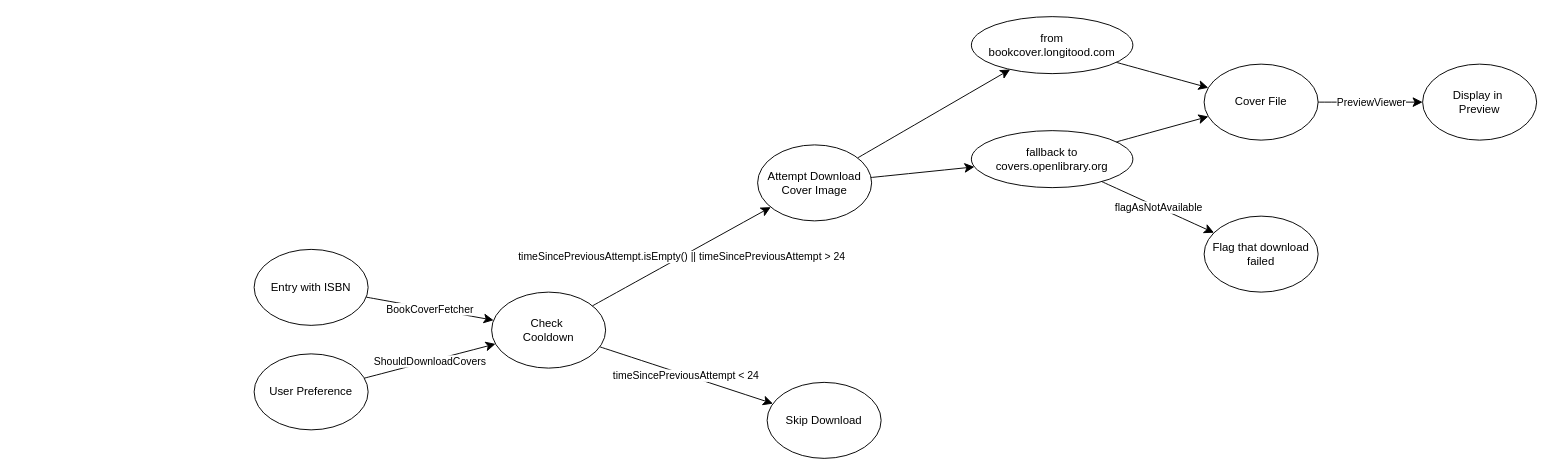
DD2480-Group-14/Assignment4-jabref keeps this draw.io diagram as DD2480/diagrams/diagram_after.drawio. Above is the earlier version. Source tidied: cells renumbered, new cells numbered last; positions are measured from the earlier drawing's top-left corner, leaving out a move shared by most shapes. Both pictures are drawn from the tidied source at 95%, with x=0, y=0 at pixel (254, 16).
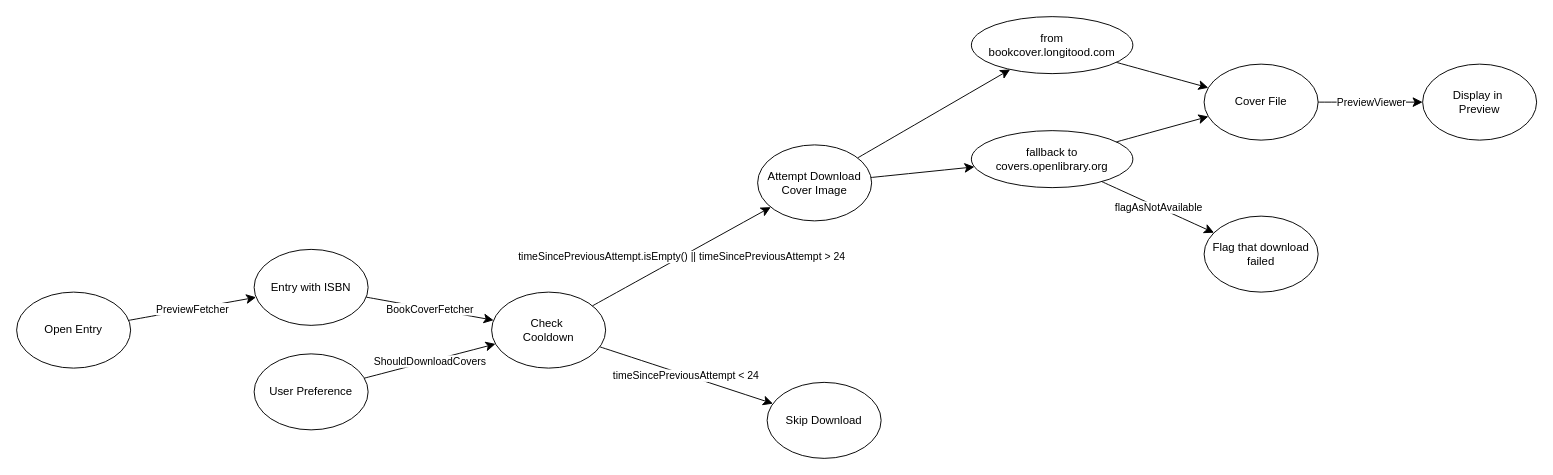
The same page after the edit.

Commit message (it also covers changes not shown here):
docs: inclue previewViewer in diagram and fix some grammar

The change refers to these unchanged cells:
```xml
<mxCell id="2" value="Entry with ISBN" style="ellipse;whiteSpace=wrap;html=1;" parent="1" vertex="1">
  <mxGeometry y="245" width="120" height="80" as="geometry" />
</mxCell>
```

Change to the diagram source:
```diff
@@
+    <mxCell id="28" value="Open Entry" style="ellipse;whiteSpace=wrap;html=1;" parent="1" vertex="1">
+      <mxGeometry x="-250" y="290" width="120" height="80" as="geometry" />
+    </mxCell>
+    <mxCell id="29" style="endArrow=classic;html=1;rounded=0;fontSize=12;startSize=8;endSize=8;curved=1;" parent="1" edge="1" source="28" target="2">
+      <mxGeometry relative="1" as="geometry" />
+    </mxCell>
+    <mxCell id="30" value="PreviewFetcher" style="edgeLabel;html=1;align=center;verticalAlign=middle;" parent="29" vertex="1">
+      <mxGeometry relative="1" as="geometry" />
+    </mxCell>
```
